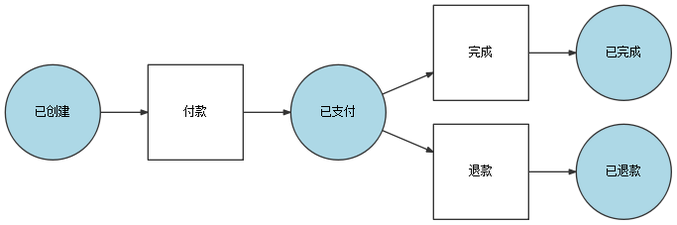
Before: example/tmp.png, a diagram exported from Graphviz (iamxcd/workflow). Its source is kept beside it as example/tmp.dot.
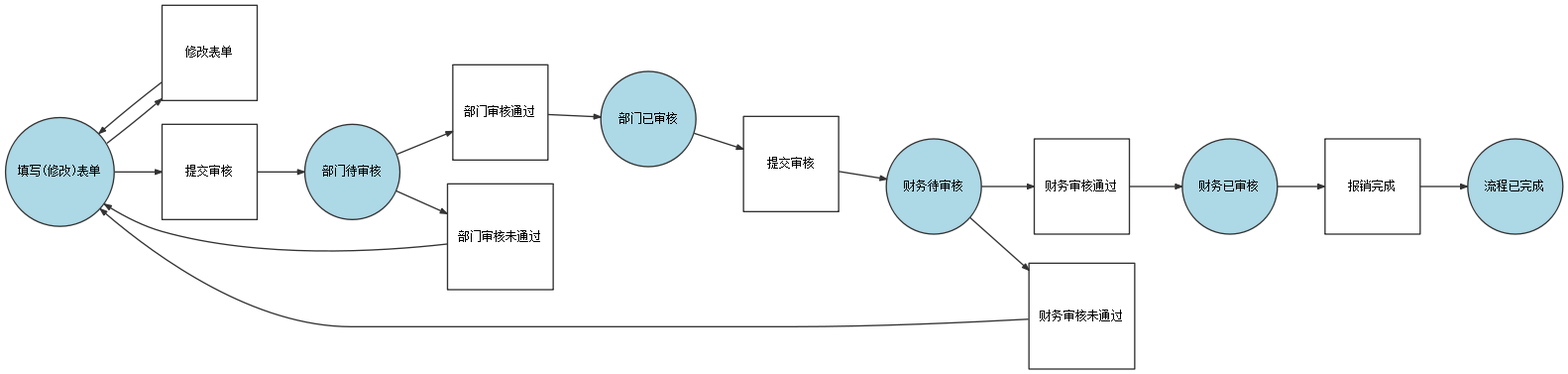
The same diagram one commit later.

Diff of the diagram source:
```diff
@@ -3,17 +3,34 @@
   node [fontsize="9" fontname="SimSun" color="#333333" fillcolor="lightblue" fixedsize="false" width="1"];
   edge [fontsize="9" fontname="SimSun" color="#333333" arrowhead="normal" arrowsize="0.5"];
 
-  place_21c50805b553b7a40e48394a5d77d442587ddee2 [label="已创建", shape=circle style="filled"];
-  place_9e1f1120d2eedc498808e1d855cfdbbd5564f22b [label="已支付", shape=circle style="filled"];
-  place_231e564db4cdb44a6545583a8d460edc7f9f97ca [label="已完成", shape=circle style="filled"];
-  place_a994ad4d435724c621cf03d9bbeb61bc270c6a82 [label="已退款", shape=circle style="filled"];
-  transition_b6589fc6ab0dc82cf12099d1c2d40ab994e8410c [label="付款", shape="box" regular="1"];
-  transition_356a192b7913b04c54574d18c28d46e6395428ab [label="完成", shape="box" regular="1"];
-  transition_da4b9237bacccdf19c0760cab7aec4a8359010b0 [label="退款", shape="box" regular="1"];
-  place_21c50805b553b7a40e48394a5d77d442587ddee2 -> transition_b6589fc6ab0dc82cf12099d1c2d40ab994e8410c [style="solid"];
-  transition_b6589fc6ab0dc82cf12099d1c2d40ab994e8410c -> place_9e1f1120d2eedc498808e1d855cfdbbd5564f22b [style="solid"];
-  place_9e1f1120d2eedc498808e1d855cfdbbd5564f22b -> transition_356a192b7913b04c54574d18c28d46e6395428ab [style="solid"];
-  transition_356a192b7913b04c54574d18c28d46e6395428ab -> place_231e564db4cdb44a6545583a8d460edc7f9f97ca [style="solid"];
-  place_9e1f1120d2eedc498808e1d855cfdbbd5564f22b -> transition_da4b9237bacccdf19c0760cab7aec4a8359010b0 [style="solid"];
-  transition_da4b9237bacccdf19c0760cab7aec4a8359010b0 -> place_a994ad4d435724c621cf03d9bbeb61bc270c6a82 [style="solid"];
+  place_7505d64a54e061b7acd54ccd58b49dc43500b635 [label="填写(修改)表单", shape=circle style="filled"];
+  place_506e1c74f74872f94c75d31912e5198224fa1723 [label="部门待审核", shape=circle style="filled"];
+  place_5e5ebddbb8b5c7bde31eb2c71a42aa79bc9ccc35 [label="部门已审核", shape=circle style="filled"];
+  place_2bddd0713ea4b4492be85b4c687be76c5e892a97 [label="财务待审核", shape=circle style="filled"];
+  place_ae2bc5d3717251208e59c76776fdfc75d565092a [label="财务已审核", shape=circle style="filled"];
+  place_f47f5c2dce52760f0b0beb2f16c153226d0f3c88 [label="流程已完成", shape=circle style="filled"];
+  transition_b6589fc6ab0dc82cf12099d1c2d40ab994e8410c [label="修改表单", shape="box" regular="1"];
+  transition_356a192b7913b04c54574d18c28d46e6395428ab [label="提交审核", shape="box" regular="1"];
+  transition_da4b9237bacccdf19c0760cab7aec4a8359010b0 [label="部门审核通过", shape="box" regular="1"];
+  transition_77de68daecd823babbb58edb1c8e14d7106e83bb [label="部门审核未通过", shape="box" regular="1"];
+  transition_1b6453892473a467d07372d45eb05abc2031647a [label="提交审核", shape="box" regular="1"];
+  transition_ac3478d69a3c81fa62e60f5c3696165a4e5e6ac4 [label="财务审核通过", shape="box" regular="1"];
+  transition_c1dfd96eea8cc2b62785275bca38ac261256e278 [label="财务审核未通过", shape="box" regular="1"];
+  transition_902ba3cda1883801594b6e1b452790cc53948fda [label="报销完成", shape="box" regular="1"];
+  place_7505d64a54e061b7acd54ccd58b49dc43500b635 -> transition_b6589fc6ab0dc82cf12099d1c2d40ab994e8410c [style="solid"];
+  transition_b6589fc6ab0dc82cf12099d1c2d40ab994e8410c -> place_7505d64a54e061b7acd54ccd58b49dc43500b635 [style="solid"];
+  place_7505d64a54e061b7acd54ccd58b49dc43500b635 -> transition_356a192b7913b04c54574d18c28d46e6395428ab [style="solid"];
+  transition_356a192b7913b04c54574d18c28d46e6395428ab -> place_506e1c74f74872f94c75d31912e5198224fa1723 [style="solid"];
+  place_506e1c74f74872f94c75d31912e5198224fa1723 -> transition_da4b9237bacccdf19c0760cab7aec4a8359010b0 [style="solid"];
+  transition_da4b9237bacccdf19c0760cab7aec4a8359010b0 -> place_5e5ebddbb8b5c7bde31eb2c71a42aa79bc9ccc35 [style="solid"];
+  place_506e1c74f74872f94c75d31912e5198224fa1723 -> transition_77de68daecd823babbb58edb1c8e14d7106e83bb [style="solid"];
+  transition_77de68daecd823babbb58edb1c8e14d7106e83bb -> place_7505d64a54e061b7acd54ccd58b49dc43500b635 [style="solid"];
+  place_5e5ebddbb8b5c7bde31eb2c71a42aa79bc9ccc35 -> transition_1b6453892473a467d07372d45eb05abc2031647a [style="solid"];
+  transition_1b6453892473a467d07372d45eb05abc2031647a -> place_2bddd0713ea4b4492be85b4c687be76c5e892a97 [style="solid"];
+  place_2bddd0713ea4b4492be85b4c687be76c5e892a97 -> transition_ac3478d69a3c81fa62e60f5c3696165a4e5e6ac4 [style="solid"];
+  transition_ac3478d69a3c81fa62e60f5c3696165a4e5e6ac4 -> place_ae2bc5d3717251208e59c76776fdfc75d565092a [style="solid"];
+  place_2bddd0713ea4b4492be85b4c687be76c5e892a97 -> transition_c1dfd96eea8cc2b62785275bca38ac261256e278 [style="solid"];
+  transition_c1dfd96eea8cc2b62785275bca38ac261256e278 -> place_7505d64a54e061b7acd54ccd58b49dc43500b635 [style="solid"];
+  place_ae2bc5d3717251208e59c76776fdfc75d565092a -> transition_902ba3cda1883801594b6e1b452790cc53948fda [style="solid"];
+  transition_902ba3cda1883801594b6e1b452790cc53948fda -> place_f47f5c2dce52760f0b0beb2f16c153226d0f3c88 [style="solid"];
 }
```
